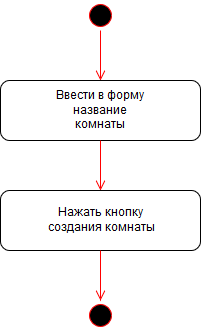
Earlier version of the draw.io export Diagram/Activity/Createroom.png (EvgeniiAleinikov/TRiTPO). Source tidied: cells renumbered, new cells last; positions are measured from the earlier drawing's top-left corner, leaving out a move shared by most shapes. Its diagram source:
```xml
<mxGraphModel background="#ffffff">
  <root>
    <mxCell id="0" />
    <mxCell id="1" parent="0" />
    <mxCell id="2" style="ellipse;shape=startState;fillColor=#000000;strokeColor=#ff0000;" parent="1" vertex="1">
      <mxGeometry x="85" width="30" height="30" as="geometry" />
    </mxCell>
    <mxCell id="3" style="edgeStyle=elbowEdgeStyle;elbow=horizontal;verticalAlign=bottom;endArrow=open;endSize=8;strokeColor=#FF0000;endFill=1;rounded=0;exitX=0.5;exitY=1;entryX=0.5;entryY=0;" parent="1" edge="1" source="2" target="4">
      <mxGeometry x="40" y="20" as="geometry">
        <Array as="points">
          <mxPoint x="100" y="50" />
          <mxPoint x="100" y="40" />
          <mxPoint x="94" y="60" />
        </Array>
      </mxGeometry>
    </mxCell>
    <mxCell id="4" value="Ввести в форму &lt;br&gt;название&lt;br&gt;комнаты" style="rounded=1;whiteSpace=wrap;html=1;" parent="1" vertex="1">
      <mxGeometry y="80" width="200" height="60" as="geometry" />
    </mxCell>
    <mxCell id="5" style="edgeStyle=elbowEdgeStyle;elbow=horizontal;verticalAlign=bottom;endArrow=open;endSize=8;strokeColor=#FF0000;endFill=1;rounded=0;exitX=0.5;exitY=1;" parent="1" edge="1" source="4">
      <mxGeometry x="50" y="30" as="geometry">
        <mxPoint x="100" y="190" as="targetPoint" />
        <Array as="points">
          <mxPoint x="100" y="170" />
          <mxPoint x="110" y="60" />
          <mxPoint x="110" y="50" />
          <mxPoint x="104" y="70" />
        </Array>
      </mxGeometry>
    </mxCell>
    <mxCell id="6" value="Нажать кнопку&lt;br&gt;создания комнаты" style="rounded=1;whiteSpace=wrap;html=1;" parent="1" vertex="1">
      <mxGeometry y="190" width="200" height="60" as="geometry" />
    </mxCell>
    <mxCell id="7" style="edgeStyle=elbowEdgeStyle;elbow=horizontal;verticalAlign=bottom;endArrow=open;endSize=8;strokeColor=#FF0000;endFill=1;rounded=0;exitX=0.5;exitY=1;" parent="1" edge="1" source="6">
      <mxGeometry x="60" y="40" as="geometry">
        <mxPoint x="100" y="300" as="targetPoint" />
        <Array as="points">
          <mxPoint x="100" y="280" />
          <mxPoint x="110" y="180" />
          <mxPoint x="120" y="70" />
          <mxPoint x="120" y="60" />
          <mxPoint x="114" y="80" />
        </Array>
      </mxGeometry>
    </mxCell>
    <mxCell id="8" style="ellipse;shape=startState;fillColor=#000000;strokeColor=#ff0000;" parent="1" vertex="1">
      <mxGeometry x="85" y="300" width="30" height="30" as="geometry" />
    </mxCell>
  </root>
</mxGraphModel>
```
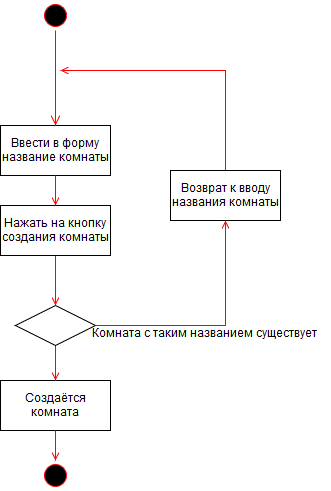
Later version of the same file.

Change to the diagram source:
```diff
@@ -2,49 +2,67 @@
   <root>
     <mxCell id="0" />
     <mxCell id="1" parent="0" />
-    <mxCell id="2" style="ellipse;shape=startState;fillColor=#000000;strokeColor=#ff0000;" parent="1" vertex="1">
-      <mxGeometry x="85" width="30" height="30" as="geometry" />
-    </mxCell>
-    <mxCell id="3" style="edgeStyle=elbowEdgeStyle;elbow=horizontal;verticalAlign=bottom;endArrow=open;endSize=8;strokeColor=#FF0000;endFill=1;rounded=0;exitX=0.5;exitY=1;entryX=0.5;entryY=0;" parent="1" edge="1" source="2" target="4">
-      <mxGeometry x="40" y="20" as="geometry">
-        <Array as="points">
-          <mxPoint x="100" y="50" />
-          <mxPoint x="100" y="40" />
-          <mxPoint x="94" y="60" />
-        </Array>
-      </mxGeometry>
+    <mxCell id="3" value="Возврат к вводу&#10;названия комнаты" parent="1" vertex="1">
+      <mxGeometry x="130" y="250" width="110" height="50" as="geometry" />
     </mxCell>
-    <mxCell id="4" value="Ввести в форму &lt;br&gt;название&lt;br&gt;комнаты" style="rounded=1;whiteSpace=wrap;html=1;" parent="1" vertex="1">
-      <mxGeometry y="80" width="200" height="60" as="geometry" />
+    <mxCell id="4" style="ellipse;shape=startState;fillColor=#000000;strokeColor=#ff0000;" parent="1" vertex="1">
+      <mxGeometry y="80" width="30" height="30" as="geometry" />
     </mxCell>
-    <mxCell id="5" style="edgeStyle=elbowEdgeStyle;elbow=horizontal;verticalAlign=bottom;endArrow=open;endSize=8;strokeColor=#FF0000;endFill=1;rounded=0;exitX=0.5;exitY=1;" parent="1" edge="1" source="4">
-      <mxGeometry x="50" y="30" as="geometry">
-        <mxPoint x="100" y="190" as="targetPoint" />
-        <Array as="points">
-          <mxPoint x="100" y="170" />
-          <mxPoint x="110" y="60" />
-          <mxPoint x="110" y="50" />
-          <mxPoint x="104" y="70" />
-        </Array>
-      </mxGeometry>
-    </mxCell>
-    <mxCell id="6" value="Нажать кнопку&lt;br&gt;создания комнаты" style="rounded=1;whiteSpace=wrap;html=1;" parent="1" vertex="1">
-      <mxGeometry y="190" width="200" height="60" as="geometry" />
-    </mxCell>
-    <mxCell id="7" style="edgeStyle=elbowEdgeStyle;elbow=horizontal;verticalAlign=bottom;endArrow=open;endSize=8;strokeColor=#FF0000;endFill=1;rounded=0;exitX=0.5;exitY=1;" parent="1" edge="1" source="6">
-      <mxGeometry x="60" y="40" as="geometry">
-        <mxPoint x="100" y="300" as="targetPoint" />
-        <Array as="points">
-          <mxPoint x="100" y="280" />
-          <mxPoint x="110" y="180" />
-          <mxPoint x="120" y="70" />
-          <mxPoint x="120" y="60" />
-          <mxPoint x="114" y="80" />
-        </Array>
-      </mxGeometry>
+    <mxCell id="7" value="Создаётся &#10;комната " parent="1" vertex="1">
+      <mxGeometry x="-40" y="460" width="110" height="50" as="geometry" />
     </mxCell>
-    <mxCell id="8" style="ellipse;shape=startState;fillColor=#000000;strokeColor=#ff0000;" parent="1" vertex="1">
-      <mxGeometry x="85" y="300" width="30" height="30" as="geometry" />
-    </mxCell>
+    <mxCell id="9" style="endArrow=open;strokeColor=#FF0000;endFill=1;rounded=0;exitX=0.5;exitY=1;entryX=0.5;entryY=0;" parent="1" edge="1" target="7">
+      <mxGeometry relative="1" as="geometry">
+        <mxPoint x="15" y="420" as="sourcePoint" />
+      </mxGeometry>
+    </mxCell>
+    <mxCell id="10" style="endArrow=open;strokeColor=#FF0000;endFill=1;rounded=0;exitX=0.5;exitY=1;entryX=0.5;entryY=0;" parent="1" edge="1">
+      <mxGeometry relative="1" as="geometry">
+        <mxPoint x="15" y="510" as="sourcePoint" />
+        <mxPoint x="15" y="540" as="targetPoint" />
+      </mxGeometry>
+    </mxCell>
+    <mxCell id="11" style="rhombus;whiteSpace=wrap;html=1;" parent="1" vertex="1">
+      <mxGeometry x="-25" y="385" width="80" height="40" as="geometry" />
+    </mxCell>
+    <mxCell id="12" style="ellipse;shape=startState;fillColor=#000000;strokeColor=#ff0000;" parent="1" vertex="1">
+      <mxGeometry y="540" width="30" height="30" as="geometry" />
+    </mxCell>
+    <mxCell id="13" style="endArrow=open;strokeColor=#FF0000;endFill=1;rounded=0;exitX=1;exitY=0.5;entryX=0.5;entryY=1;" parent="1" edge="1" source="11" target="3">
+      <mxGeometry relative="1" as="geometry">
+        <Array as="points">
+          <mxPoint x="150" y="405" />
+          <mxPoint x="185" y="405" />
+        </Array>
+      </mxGeometry>
+    </mxCell>
+    <mxCell id="14" value="Ввести в форму &#10;название комнаты" parent="1" vertex="1">
+      <mxGeometry x="-40" y="205" width="110" height="50" as="geometry" />
+    </mxCell>
+    <mxCell id="15" style="edgeStyle=elbowEdgeStyle;elbow=horizontal;verticalAlign=bottom;endArrow=open;endSize=8;strokeColor=#FF0000;endFill=1;rounded=0;exitX=0.5;exitY=1;entryX=0.5;entryY=0;" parent="1" edge="1" source="4" target="14">
+      <mxGeometry x="550" y="68" as="geometry" />
+    </mxCell>
+    <mxCell id="16" style="endArrow=open;strokeColor=#FF0000;endFill=1;rounded=0;exitX=0.5;exitY=1;entryX=0.5;entryY=0;" parent="1" edge="1" source="19" target="11">
+      <mxGeometry relative="1" as="geometry" />
+    </mxCell>
+    <mxCell id="17" style="endArrow=open;strokeColor=#FF0000;endFill=1;rounded=0;exitX=0.5;exitY=0;" parent="1" edge="1" source="3">
+      <mxGeometry relative="1" as="geometry">
+        <mxPoint x="20" y="150" as="targetPoint" />
+        <Array as="points">
+          <mxPoint x="185" y="150" />
+        </Array>
+      </mxGeometry>
+    </mxCell>
+    <mxCell id="18" value="Комната с таким названием существует" style="text;html=1;align=left;verticalAlign=top;spacingTop=-4;" parent="1" vertex="1">
+      <mxGeometry x="50" y="405" width="240" height="20" as="geometry" />
+    </mxCell>
+    <mxCell id="19" value="Нажать на кнопку&#10;создания комнаты" parent="1" vertex="1">
+      <mxGeometry x="-40" y="285" width="110" height="50" as="geometry" />
+    </mxCell>
+    <mxCell id="20" style="endArrow=open;strokeColor=#FF0000;endFill=1;rounded=0;exitX=0.5;exitY=1;entryX=0.5;entryY=0;" parent="1" edge="1" target="19">
+      <mxGeometry relative="1" as="geometry">
+        <mxPoint x="15" y="255" as="sourcePoint" />
+      </mxGeometry>
+    </mxCell>
   </root>
 </mxGraphModel>
```
